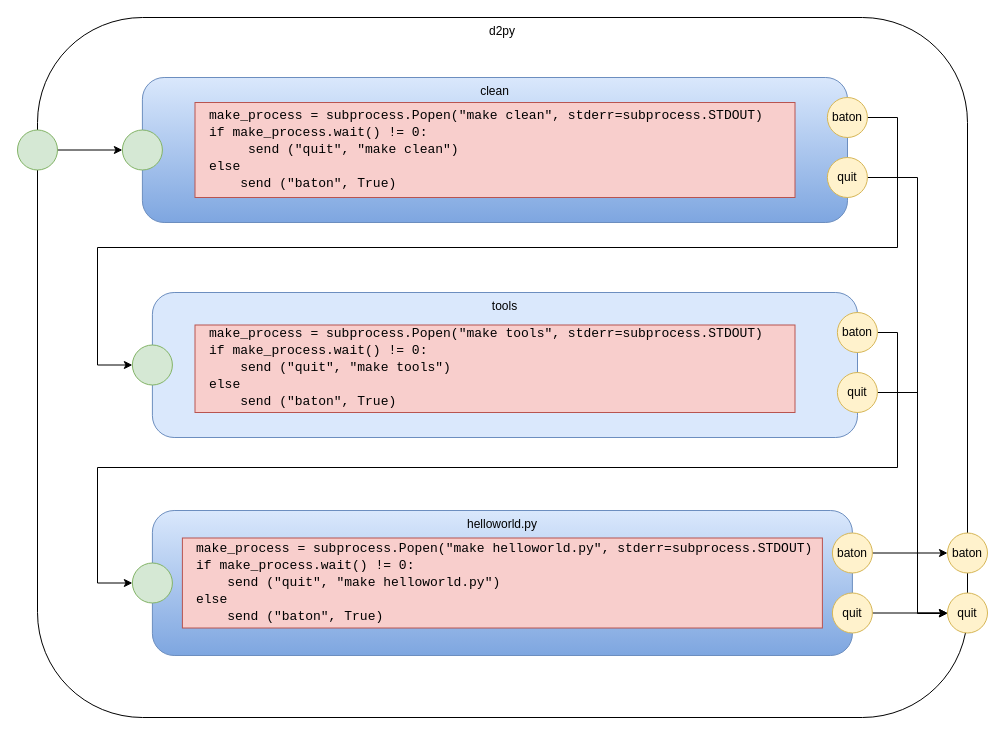
guitarvydas/das keeps this draw.io diagram as d2py.drawio. Above is the earlier version. Source tidied: cells renumbered, new cells numbered last; positions are measured from the earlier drawing's top-left corner, leaving out a move shared by most shapes. Both pictures are drawn from the tidied source at 100%, with x=0, y=0 at pixel (17, 17).
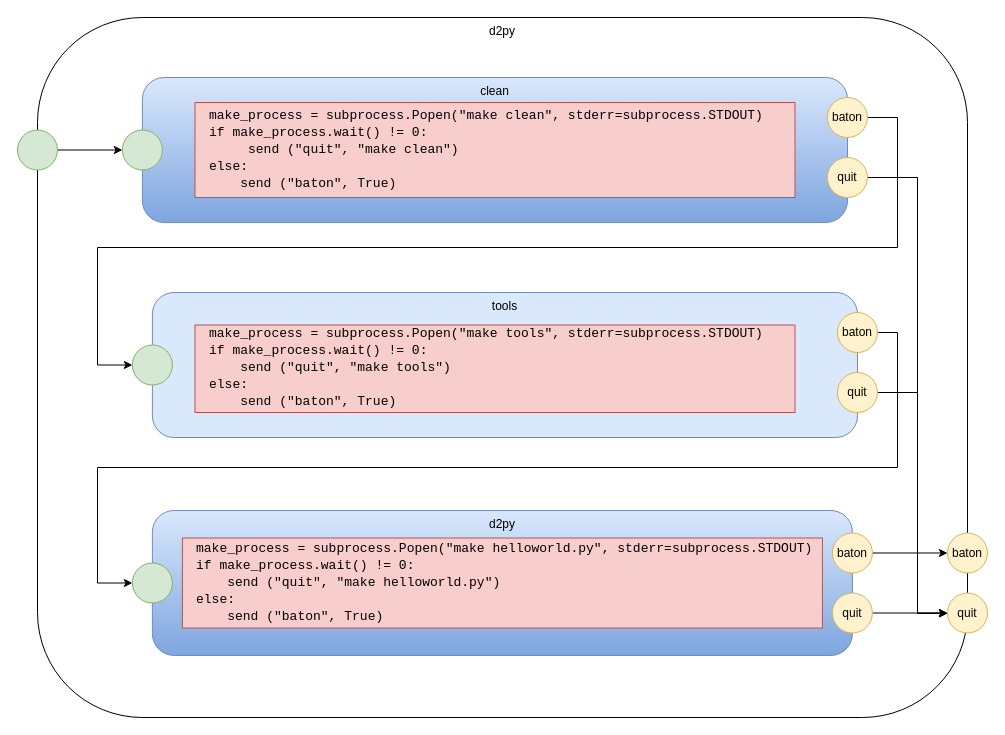
Above is the later version.

Diff of the diagram source:
```diff
@@
-    <mxCell id="4" value="helloworld.py" style="rounded=1;whiteSpace=wrap;html=1;gradientColor=#7ea6e0;fillColor=#dae8fc;strokeColor=#6c8ebf;verticalAlign=top;" parent="1" vertex="1">
+    <mxCell id="4" value="d2py" style="rounded=1;whiteSpace=wrap;html=1;gradientColor=#7ea6e0;fillColor=#dae8fc;strokeColor=#6c8ebf;verticalAlign=top;" parent="1" vertex="1">
       <mxGeometry x="134.9" y="493" width="700" height="145" as="geometry" />
     </mxCell>
@@
-    <mxCell id="6" value="&lt;pre class=&quot;lang-py s-code-block&quot; style=&quot;margin-top: 0px ; margin-bottom: 0px ; padding: 12px ; border: 0px ; font-stretch: inherit ; line-height: 1.30769 ; vertical-align: baseline ; box-sizing: inherit ; width: auto ; max-height: 600px ; overflow: auto ; border-radius: 5px ; overflow-wrap: normal&quot;&gt;&lt;span style=&quot;font-size: 13px&quot;&gt;make_process = subprocess.Popen(&quot;make clean&quot;, stderr=subprocess.STDOUT)&lt;br&gt;if make_process.wait() != 0:&lt;br&gt;     send (&quot;quit&quot;, &quot;make clean&quot;)&lt;br&gt;else&lt;br&gt;    send (&quot;baton&quot;, True)&lt;/span&gt;&lt;/pre&gt;&lt;div&gt;&lt;/div&gt;" style="rounded=0;whiteSpace=wrap;html=1;fillColor=#f8cecc;strokeColor=#b85450;align=left;" parent="1" vertex="1">
+    <mxCell id="6" value="&lt;pre class=&quot;lang-py s-code-block&quot; style=&quot;margin-top: 0px ; margin-bottom: 0px ; padding: 12px ; border: 0px ; font-stretch: inherit ; line-height: 1.30769 ; vertical-align: baseline ; box-sizing: inherit ; width: auto ; max-height: 600px ; overflow: auto ; border-radius: 5px ; overflow-wrap: normal&quot;&gt;&lt;span style=&quot;font-size: 13px&quot;&gt;make_process = subprocess.Popen(&quot;make clean&quot;, stderr=subprocess.STDOUT)&lt;br&gt;if make_process.wait() != 0:&lt;br&gt;     send (&quot;quit&quot;, &quot;make clean&quot;)&lt;br&gt;else:&lt;br&gt;    send (&quot;baton&quot;, True)&lt;/span&gt;&lt;/pre&gt;&lt;div&gt;&lt;/div&gt;" style="rounded=0;whiteSpace=wrap;html=1;fillColor=#f8cecc;strokeColor=#b85450;align=left;" parent="1" vertex="1">
       <mxGeometry x="177.5" y="85" width="600" height="95" as="geometry" />
     </mxCell>
-    <mxCell id="7" value="&lt;pre class=&quot;lang-py s-code-block&quot; style=&quot;margin-top: 0px ; margin-bottom: 0px ; padding: 12px ; border: 0px ; font-stretch: inherit ; line-height: 1.30769 ; vertical-align: baseline ; box-sizing: inherit ; width: auto ; max-height: 600px ; overflow: auto ; border-radius: 5px ; overflow-wrap: normal&quot;&gt;&lt;span style=&quot;font-size: 13px&quot;&gt;make_process = subprocess.Popen(&quot;make tools&quot;, stderr=subprocess.STDOUT)&lt;br/&gt;if make_process.wait() != 0:&lt;br/&gt;    send (&quot;quit&quot;, &quot;make tools&quot;)&lt;br/&gt;else&lt;br/&gt;    send (&quot;baton&quot;, True)&lt;/span&gt;&lt;/pre&gt;&lt;div&gt;&lt;/div&gt;" style="rounded=0;whiteSpace=wrap;html=1;fillColor=#f8cecc;strokeColor=#b85450;align=left;" parent="1" vertex="1">
+    <mxCell id="7" value="&lt;pre class=&quot;lang-py s-code-block&quot; style=&quot;margin-top: 0px ; margin-bottom: 0px ; padding: 12px ; border: 0px ; font-stretch: inherit ; line-height: 1.30769 ; vertical-align: baseline ; box-sizing: inherit ; width: auto ; max-height: 600px ; overflow: auto ; border-radius: 5px ; overflow-wrap: normal&quot;&gt;&lt;span style=&quot;font-size: 13px&quot;&gt;make_process = subprocess.Popen(&quot;make tools&quot;, stderr=subprocess.STDOUT)&lt;br&gt;if make_process.wait() != 0:&lt;br&gt;    send (&quot;quit&quot;, &quot;make tools&quot;)&lt;br&gt;else:&lt;br&gt;    send (&quot;baton&quot;, True)&lt;/span&gt;&lt;/pre&gt;&lt;div&gt;&lt;/div&gt;" style="rounded=0;whiteSpace=wrap;html=1;fillColor=#f8cecc;strokeColor=#b85450;align=left;" parent="1" vertex="1">
       <mxGeometry x="177.5" y="307.5" width="600" height="87.5" as="geometry" />
     </mxCell>
-    <mxCell id="8" value="&lt;pre class=&quot;lang-py s-code-block&quot; style=&quot;margin-top: 0px ; margin-bottom: 0px ; padding: 12px ; border: 0px ; font-stretch: inherit ; line-height: 1.30769 ; vertical-align: baseline ; box-sizing: inherit ; width: auto ; max-height: 600px ; overflow: auto ; border-radius: 5px ; overflow-wrap: normal&quot;&gt;&lt;span style=&quot;font-size: 13px&quot;&gt;make_process = subprocess.Popen(&quot;make helloworld.py&quot;, stderr=subprocess.STDOUT)&lt;br&gt;if make_process.wait() != 0:&lt;br&gt;    send (&quot;quit&quot;, &quot;make helloworld.py&quot;)&lt;br&gt;else&lt;br&gt;    send (&quot;baton&quot;, True)&lt;/span&gt;&lt;/pre&gt;&lt;div&gt;&lt;/div&gt;" style="rounded=0;whiteSpace=wrap;html=1;fillColor=#f8cecc;strokeColor=#b85450;align=left;" parent="1" vertex="1">
+    <mxCell id="8" value="&lt;pre class=&quot;lang-py s-code-block&quot; style=&quot;margin-top: 0px ; margin-bottom: 0px ; padding: 12px ; border: 0px ; font-stretch: inherit ; line-height: 1.30769 ; vertical-align: baseline ; box-sizing: inherit ; width: auto ; max-height: 600px ; overflow: auto ; border-radius: 5px ; overflow-wrap: normal&quot;&gt;&lt;span style=&quot;font-size: 13px&quot;&gt;make_process = subprocess.Popen(&quot;make helloworld.py&quot;, stderr=subprocess.STDOUT)&lt;br&gt;if make_process.wait() != 0:&lt;br&gt;    send (&quot;quit&quot;, &quot;make helloworld.py&quot;)&lt;br&gt;else:&lt;br&gt;    send (&quot;baton&quot;, True)&lt;/span&gt;&lt;/pre&gt;&lt;div&gt;&lt;/div&gt;" style="rounded=0;whiteSpace=wrap;html=1;fillColor=#f8cecc;strokeColor=#b85450;align=left;" parent="1" vertex="1">
       <mxGeometry x="164.9" y="520.5" width="640" height="90" as="geometry" />
     </mxCell>
```
